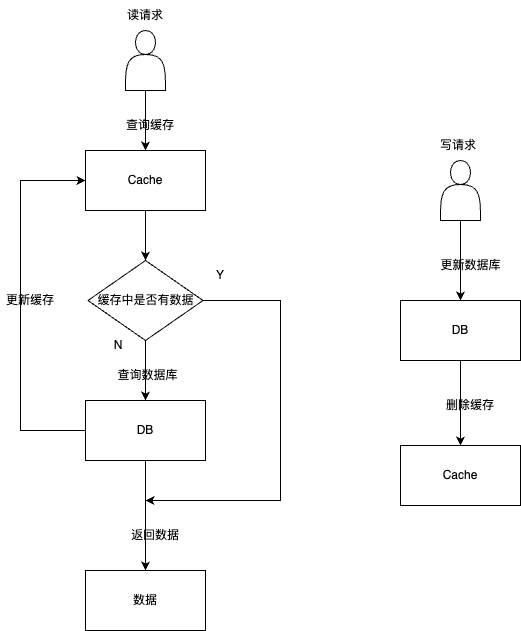
The draw.io diagram write-through.png in qinjianmin/draw.io, before a commit. Source tidied: cells renumbered, new cells last; positions are measured from the earlier drawing's top-left corner, leaving out a move shared by most shapes. Source of this version:
```xml
<mxGraphModel>
  <root>
    <mxCell id="0" />
    <mxCell id="1" parent="0" />
    <mxCell id="2" value="读请求" style="text;html=1;strokeColor=none;fillColor=none;align=center;verticalAlign=middle;whiteSpace=wrap;rounded=0;" parent="1" vertex="1">
      <mxGeometry x="115" width="60" height="30" as="geometry" />
    </mxCell>
    <mxCell id="3" style="edgeStyle=orthogonalEdgeStyle;rounded=0;jettySize=auto;html=1;" parent="1" edge="1" source="5">
      <mxGeometry relative="1" as="geometry">
        <mxPoint x="145" y="500" as="targetPoint" />
        <Array as="points">
          <mxPoint x="280" y="300" />
          <mxPoint x="280" y="500" />
        </Array>
      </mxGeometry>
    </mxCell>
    <mxCell id="4" style="edgeStyle=orthogonalEdgeStyle;rounded=0;jettySize=auto;html=1;" parent="1" edge="1" source="5" target="8">
      <mxGeometry relative="1" as="geometry" />
    </mxCell>
    <mxCell id="5" value="缓存中是否有数据" style="rhombus;whiteSpace=wrap;html=1;" parent="1" vertex="1">
      <mxGeometry x="87.5" y="260" width="115" height="80" as="geometry" />
    </mxCell>
    <mxCell id="6" style="edgeStyle=orthogonalEdgeStyle;rounded=0;jettySize=auto;html=1;entryX=0;entryY=0.5;entryDx=0;entryDy=0;" parent="1" edge="1" source="8" target="23">
      <mxGeometry relative="1" as="geometry">
        <Array as="points">
          <mxPoint x="20" y="430" />
          <mxPoint x="20" y="180" />
        </Array>
      </mxGeometry>
    </mxCell>
    <mxCell id="7" style="edgeStyle=orthogonalEdgeStyle;rounded=0;jettySize=auto;html=1;" parent="1" edge="1" source="8" target="10">
      <mxGeometry relative="1" as="geometry" />
    </mxCell>
    <mxCell id="8" value="DB" style="whiteSpace=wrap;html=1;" parent="1" vertex="1">
      <mxGeometry x="85" y="400" width="120" height="60" as="geometry" />
    </mxCell>
    <mxCell id="9" value="查询数据库" style="text;html=1;strokeColor=none;fillColor=none;align=center;verticalAlign=middle;whiteSpace=wrap;rounded=0;" parent="1" vertex="1">
      <mxGeometry x="105" y="360" width="85" height="30" as="geometry" />
    </mxCell>
    <mxCell id="10" value="数据" style="whiteSpace=wrap;html=1;" parent="1" vertex="1">
      <mxGeometry x="85" y="570" width="120" height="60" as="geometry" />
    </mxCell>
    <mxCell id="11" value="返回数据" style="text;html=1;strokeColor=none;fillColor=none;align=center;verticalAlign=middle;whiteSpace=wrap;rounded=0;" parent="1" vertex="1">
      <mxGeometry x="125" y="520" width="60" height="30" as="geometry" />
    </mxCell>
    <mxCell id="12" value="写请求" style="text;html=1;strokeColor=none;fillColor=none;align=center;verticalAlign=middle;whiteSpace=wrap;rounded=0;" parent="1" vertex="1">
      <mxGeometry x="427.5" y="130" width="60" height="30" as="geometry" />
    </mxCell>
    <mxCell id="13" style="edgeStyle=orthogonalEdgeStyle;rounded=0;jettySize=auto;html=1;" parent="1" edge="1" source="14" target="15">
      <mxGeometry relative="1" as="geometry" />
    </mxCell>
    <mxCell id="14" value="DB" style="whiteSpace=wrap;html=1;" parent="1" vertex="1">
      <mxGeometry x="400" y="300" width="120" height="60" as="geometry" />
    </mxCell>
    <mxCell id="15" value="Cache" style="whiteSpace=wrap;html=1;" parent="1" vertex="1">
      <mxGeometry x="400" y="445" width="120" height="60" as="geometry" />
    </mxCell>
    <mxCell id="16" value="更新数据库" style="text;html=1;strokeColor=none;fillColor=none;align=center;verticalAlign=middle;whiteSpace=wrap;rounded=0;" parent="1" vertex="1">
      <mxGeometry x="427.5" y="250" width="85" height="30" as="geometry" />
    </mxCell>
    <mxCell id="17" value="删除缓存" style="text;html=1;strokeColor=none;fillColor=none;align=center;verticalAlign=middle;whiteSpace=wrap;rounded=0;" parent="1" vertex="1">
      <mxGeometry x="440" y="390" width="60" height="30" as="geometry" />
    </mxCell>
    <mxCell id="18" style="edgeStyle=orthogonalEdgeStyle;rounded=0;jettySize=auto;html=1;entryX=0.5;entryY=0;entryDx=0;entryDy=0;" parent="1" edge="1" source="19" target="23">
      <mxGeometry relative="1" as="geometry" />
    </mxCell>
    <mxCell id="19" style="shape=actor;whiteSpace=wrap;html=1;" parent="1" vertex="1">
      <mxGeometry x="125" y="30" width="40" height="60" as="geometry" />
    </mxCell>
    <mxCell id="20" style="edgeStyle=orthogonalEdgeStyle;rounded=0;jettySize=auto;html=1;" parent="1" edge="1" source="21" target="14">
      <mxGeometry relative="1" as="geometry" />
    </mxCell>
    <mxCell id="21" style="shape=actor;whiteSpace=wrap;html=1;" parent="1" vertex="1">
      <mxGeometry x="440" y="160" width="40" height="60" as="geometry" />
    </mxCell>
    <mxCell id="22" style="edgeStyle=orthogonalEdgeStyle;rounded=0;jettySize=auto;html=1;entryX=0.5;entryY=0;entryDx=0;entryDy=0;" parent="1" edge="1" source="23" target="5">
      <mxGeometry relative="1" as="geometry" />
    </mxCell>
    <mxCell id="23" value="Cache" style="whiteSpace=wrap;html=1;" parent="1" vertex="1">
      <mxGeometry x="85" y="150" width="120" height="60" as="geometry" />
    </mxCell>
    <mxCell id="24" value="查询缓存" style="text;html=1;strokeColor=none;fillColor=none;align=center;verticalAlign=middle;whiteSpace=wrap;rounded=0;" parent="1" vertex="1">
      <mxGeometry x="120" y="110" width="60" height="30" as="geometry" />
    </mxCell>
    <mxCell id="25" value="Y" style="text;html=1;strokeColor=none;fillColor=none;align=center;verticalAlign=middle;whiteSpace=wrap;rounded=0;" parent="1" vertex="1">
      <mxGeometry x="190" y="260" width="60" height="30" as="geometry" />
    </mxCell>
    <mxCell id="26" value="N" style="text;html=1;strokeColor=none;fillColor=none;align=center;verticalAlign=middle;whiteSpace=wrap;rounded=0;" parent="1" vertex="1">
      <mxGeometry x="87.5" y="330" width="60" height="30" as="geometry" />
    </mxCell>
    <mxCell id="27" value="更新缓存" style="text;html=1;strokeColor=none;fillColor=none;align=center;verticalAlign=middle;whiteSpace=wrap;rounded=0;" parent="1" vertex="1">
      <mxGeometry y="285" width="60" height="30" as="geometry" />
    </mxCell>
  </root>
</mxGraphModel>
```
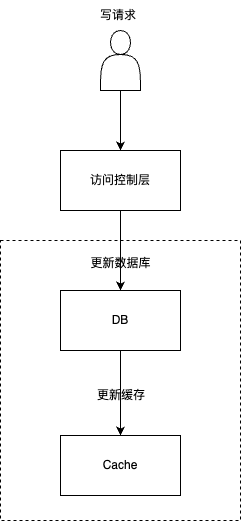
After the commit.

Change to the diagram source:
```diff
@@ -2,47 +2,9 @@
   <root>
     <mxCell id="0" />
     <mxCell id="1" parent="0" />
-    <mxCell id="2" value="读请求" style="text;html=1;strokeColor=none;fillColor=none;align=center;verticalAlign=middle;whiteSpace=wrap;rounded=0;" parent="1" vertex="1">
-      <mxGeometry x="115" width="60" height="30" as="geometry" />
-    </mxCell>
-    <mxCell id="3" style="edgeStyle=orthogonalEdgeStyle;rounded=0;jettySize=auto;html=1;" parent="1" edge="1" source="5">
-      <mxGeometry relative="1" as="geometry">
-        <mxPoint x="145" y="500" as="targetPoint" />
-        <Array as="points">
-          <mxPoint x="280" y="300" />
-          <mxPoint x="280" y="500" />
-        </Array>
-      </mxGeometry>
-    </mxCell>
-    <mxCell id="4" style="edgeStyle=orthogonalEdgeStyle;rounded=0;jettySize=auto;html=1;" parent="1" edge="1" source="5" target="8">
-      <mxGeometry relative="1" as="geometry" />
-    </mxCell>
-    <mxCell id="5" value="缓存中是否有数据" style="rhombus;whiteSpace=wrap;html=1;" parent="1" vertex="1">
-      <mxGeometry x="87.5" y="260" width="115" height="80" as="geometry" />
-    </mxCell>
-    <mxCell id="6" style="edgeStyle=orthogonalEdgeStyle;rounded=0;jettySize=auto;html=1;entryX=0;entryY=0.5;entryDx=0;entryDy=0;" parent="1" edge="1" source="8" target="23">
-      <mxGeometry relative="1" as="geometry">
-        <Array as="points">
-          <mxPoint x="20" y="430" />
-          <mxPoint x="20" y="180" />
-        </Array>
-      </mxGeometry>
-    </mxCell>
-    <mxCell id="7" style="edgeStyle=orthogonalEdgeStyle;rounded=0;jettySize=auto;html=1;" parent="1" edge="1" source="8" target="10">
-      <mxGeometry relative="1" as="geometry" />
-    </mxCell>
-    <mxCell id="8" value="DB" style="whiteSpace=wrap;html=1;" parent="1" vertex="1">
-      <mxGeometry x="85" y="400" width="120" height="60" as="geometry" />
-    </mxCell>
-    <mxCell id="9" value="查询数据库" style="text;html=1;strokeColor=none;fillColor=none;align=center;verticalAlign=middle;whiteSpace=wrap;rounded=0;" parent="1" vertex="1">
-      <mxGeometry x="105" y="360" width="85" height="30" as="geometry" />
-    </mxCell>
-    <mxCell id="10" value="数据" style="whiteSpace=wrap;html=1;" parent="1" vertex="1">
-      <mxGeometry x="85" y="570" width="120" height="60" as="geometry" />
-    </mxCell>
-    <mxCell id="11" value="返回数据" style="text;html=1;strokeColor=none;fillColor=none;align=center;verticalAlign=middle;whiteSpace=wrap;rounded=0;" parent="1" vertex="1">
-      <mxGeometry x="125" y="520" width="60" height="30" as="geometry" />
-    </mxCell>
+    <mxCell id="28" style="rounded=0;whiteSpace=wrap;html=1;fillColor=none;dashed=1;" parent="1" vertex="1">
+      <mxGeometry x="340" y="370" width="240" height="280" as="geometry" />
+    </mxCell>
     <mxCell id="12" value="写请求" style="text;html=1;strokeColor=none;fillColor=none;align=center;verticalAlign=middle;whiteSpace=wrap;rounded=0;" parent="1" vertex="1">
       <mxGeometry x="427.5" y="130" width="60" height="30" as="geometry" />
     </mxCell>
@@ -50,46 +12,28 @@
       <mxGeometry relative="1" as="geometry" />
     </mxCell>
     <mxCell id="14" value="DB" style="whiteSpace=wrap;html=1;" parent="1" vertex="1">
-      <mxGeometry x="400" y="300" width="120" height="60" as="geometry" />
+      <mxGeometry x="400" y="420" width="120" height="60" as="geometry" />
     </mxCell>
     <mxCell id="15" value="Cache" style="whiteSpace=wrap;html=1;" parent="1" vertex="1">
-      <mxGeometry x="400" y="445" width="120" height="60" as="geometry" />
+      <mxGeometry x="400" y="565" width="120" height="60" as="geometry" />
     </mxCell>
     <mxCell id="16" value="更新数据库" style="text;html=1;strokeColor=none;fillColor=none;align=center;verticalAlign=middle;whiteSpace=wrap;rounded=0;" parent="1" vertex="1">
-      <mxGeometry x="427.5" y="250" width="85" height="30" as="geometry" />
+      <mxGeometry x="417.5" y="378" width="85" height="30" as="geometry" />
     </mxCell>
-    <mxCell id="17" value="删除缓存" style="text;html=1;strokeColor=none;fillColor=none;align=center;verticalAlign=middle;whiteSpace=wrap;rounded=0;" parent="1" vertex="1">
-      <mxGeometry x="440" y="390" width="60" height="30" as="geometry" />
+    <mxCell id="17" value="更新缓存" style="text;html=1;strokeColor=none;fillColor=none;align=center;verticalAlign=middle;whiteSpace=wrap;rounded=0;" parent="1" vertex="1">
+      <mxGeometry x="431" y="510" width="60" height="30" as="geometry" />
     </mxCell>
-    <mxCell id="18" style="edgeStyle=orthogonalEdgeStyle;rounded=0;jettySize=auto;html=1;entryX=0.5;entryY=0;entryDx=0;entryDy=0;" parent="1" edge="1" source="19" target="23">
-      <mxGeometry relative="1" as="geometry" />
-    </mxCell>
-    <mxCell id="19" style="shape=actor;whiteSpace=wrap;html=1;" parent="1" vertex="1">
-      <mxGeometry x="125" y="30" width="40" height="60" as="geometry" />
-    </mxCell>
-    <mxCell id="20" style="edgeStyle=orthogonalEdgeStyle;rounded=0;jettySize=auto;html=1;" parent="1" edge="1" source="21" target="14">
-      <mxGeometry relative="1" as="geometry" />
-    </mxCell>
+    <mxCell id="29" style="edgeStyle=orthogonalEdgeStyle;rounded=0;jettySize=auto;html=1;entryX=0.5;entryY=0;entryDx=0;entryDy=0;" parent="1" edge="1" source="21" target="31">
+      <mxGeometry relative="1" as="geometry" />
+    </mxCell>
     <mxCell id="21" style="shape=actor;whiteSpace=wrap;html=1;" parent="1" vertex="1">
       <mxGeometry x="440" y="160" width="40" height="60" as="geometry" />
     </mxCell>
-    <mxCell id="22" style="edgeStyle=orthogonalEdgeStyle;rounded=0;jettySize=auto;html=1;entryX=0.5;entryY=0;entryDx=0;entryDy=0;" parent="1" edge="1" source="23" target="5">
-      <mxGeometry relative="1" as="geometry" />
-    </mxCell>
-    <mxCell id="23" value="Cache" style="whiteSpace=wrap;html=1;" parent="1" vertex="1">
-      <mxGeometry x="85" y="150" width="120" height="60" as="geometry" />
-    </mxCell>
-    <mxCell id="24" value="查询缓存" style="text;html=1;strokeColor=none;fillColor=none;align=center;verticalAlign=middle;whiteSpace=wrap;rounded=0;" parent="1" vertex="1">
-      <mxGeometry x="120" y="110" width="60" height="30" as="geometry" />
-    </mxCell>
-    <mxCell id="25" value="Y" style="text;html=1;strokeColor=none;fillColor=none;align=center;verticalAlign=middle;whiteSpace=wrap;rounded=0;" parent="1" vertex="1">
-      <mxGeometry x="190" y="260" width="60" height="30" as="geometry" />
-    </mxCell>
-    <mxCell id="26" value="N" style="text;html=1;strokeColor=none;fillColor=none;align=center;verticalAlign=middle;whiteSpace=wrap;rounded=0;" parent="1" vertex="1">
-      <mxGeometry x="87.5" y="330" width="60" height="30" as="geometry" />
-    </mxCell>
-    <mxCell id="27" value="更新缓存" style="text;html=1;strokeColor=none;fillColor=none;align=center;verticalAlign=middle;whiteSpace=wrap;rounded=0;" parent="1" vertex="1">
-      <mxGeometry y="285" width="60" height="30" as="geometry" />
-    </mxCell>
+    <mxCell id="30" style="edgeStyle=orthogonalEdgeStyle;rounded=0;jettySize=auto;html=1;entryX=0.5;entryY=0;entryDx=0;entryDy=0;" parent="1" edge="1" source="31" target="14">
+      <mxGeometry relative="1" as="geometry" />
+    </mxCell>
+    <mxCell id="31" value="访问控制层" style="whiteSpace=wrap;html=1;" parent="1" vertex="1">
+      <mxGeometry x="400" y="280" width="120" height="60" as="geometry" />
+    </mxCell>
   </root>
 </mxGraphModel>
```
